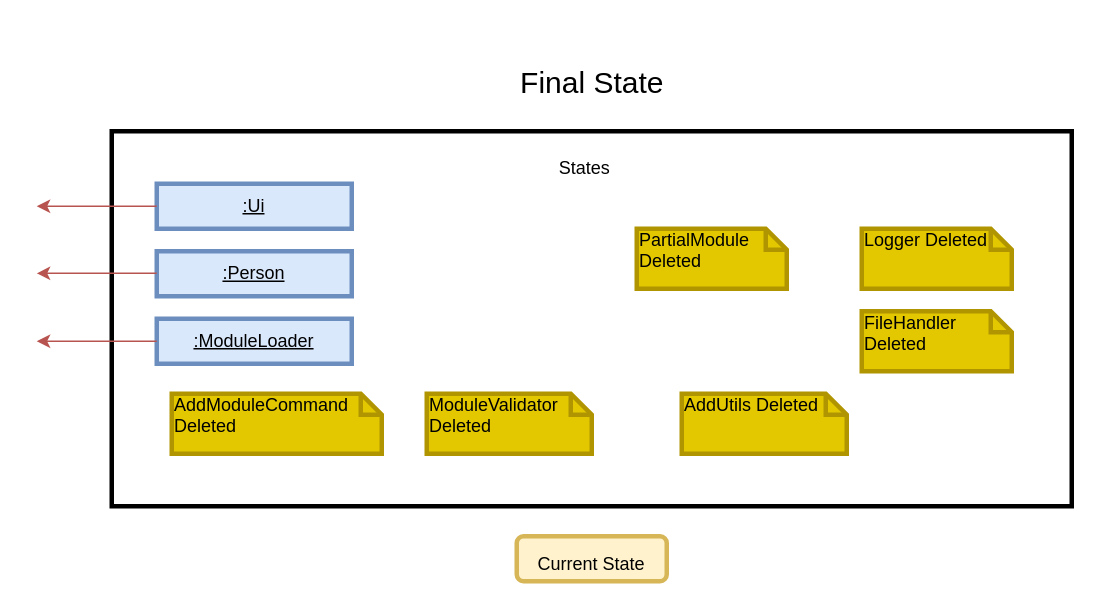
Before: docs/base/addModuleCommand_finalState.drawio in vanessa-kang/tp, a draw.io diagram. Source tidied: cells renumbered, new cells numbered last; positions are measured from the earlier drawing's top-left corner, leaving out a move shared by most shapes. Both pictures are drawn from the tidied source at 150%, with x=0, y=0 at pixel (36, 26).
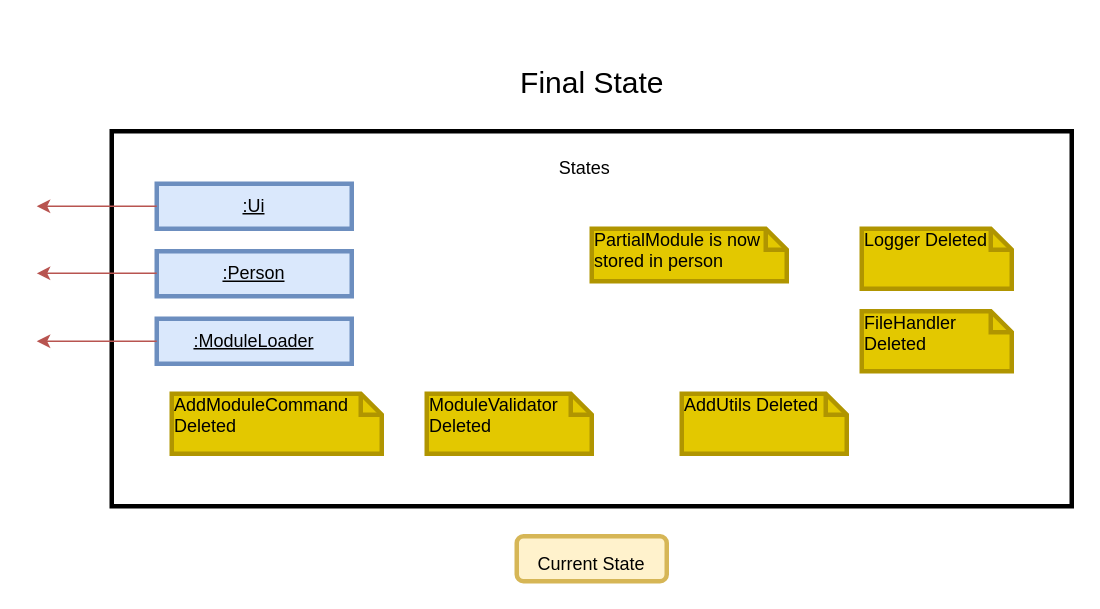
The same page after the edit.

What changed in the source:
```diff
@@
-    <mxCell id="8" value="&lt;font color=&quot;#000000&quot;&gt;PartialModule Deleted&lt;/font&gt;" style="shape=note;whiteSpace=wrap;html=1;size=14;verticalAlign=top;align=left;spacingTop=-6;strokeWidth=3;fontSize=12;fillColor=#e3c800;strokeColor=#B09500;fontColor=#ffffff;" parent="1" vertex="1">
-      <mxGeometry x="400" y="135" width="100" height="40" as="geometry" />
+    <mxCell id="8" value="&lt;font color=&quot;#000000&quot;&gt;PartialModule is now stored in person&lt;/font&gt;" style="shape=note;whiteSpace=wrap;html=1;size=14;verticalAlign=top;align=left;spacingTop=-6;strokeWidth=3;fontSize=12;fillColor=#e3c800;strokeColor=#B09500;fontColor=#ffffff;" parent="1" vertex="1">
+      <mxGeometry x="370" y="135" width="130" height="35" as="geometry" />
     </mxCell>
```
